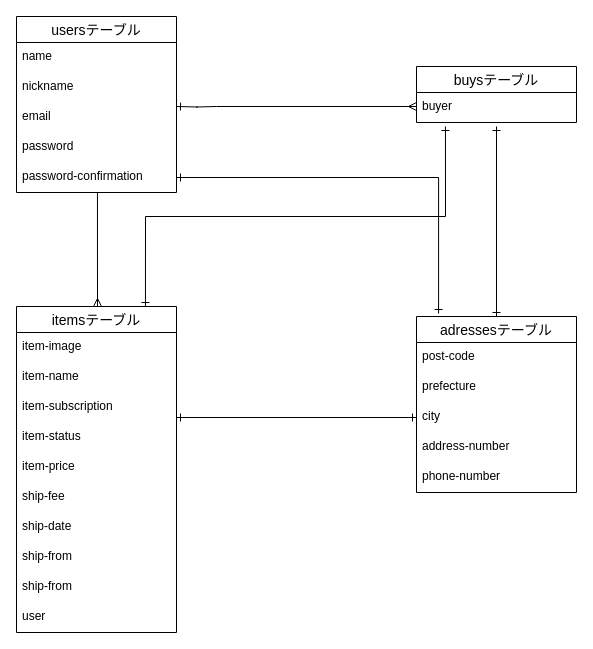
Before: furima-db.dio in pontaya411/furima-30946, a draw.io diagram. Source tidied: cells renumbered, new cells numbered last; positions are measured from the earlier drawing's top-left corner, leaving out a move shared by most shapes. Both pictures are drawn from the tidied source at 100%, with x=0, y=0 at pixel (16, 16).
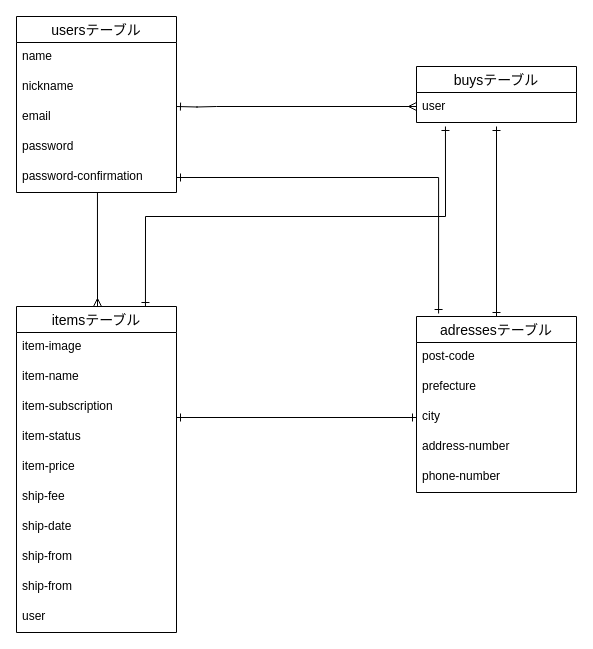
Above is the later version.

Commit message (it also covers changes not shown here):
ブランチ作成忘れ

masterブランチを一度マージして、新しくブランチを作成する

The change refers to these unchanged cells:
```xml
<mxCell id="9" value="buysテーブル" style="swimlane;fontStyle=0;horizontal=1;startSize=26;align=center;fontSize=14;" parent="1" vertex="1">
  <mxGeometry x="400" y="50" width="160" height="56" as="geometry" />
</mxCell>
```

What changed in the source:
```diff
@@
-    <mxCell id="10" value="buyer" style="text;strokeColor=none;fillColor=none;spacingLeft=4;spacingRight=4;overflow=hidden;points=[[0,0.5],[1,0.5]];portConstraint=eastwest;fontSize=12;" parent="9" vertex="1">
+    <mxCell id="10" value="user" style="text;strokeColor=none;fillColor=none;spacingLeft=4;spacingRight=4;overflow=hidden;points=[[0,0.5],[1,0.5]];portConstraint=eastwest;fontSize=12;" parent="9" vertex="1">
       <mxGeometry y="26" width="160" height="30" as="geometry" />
     </mxCell>
```
